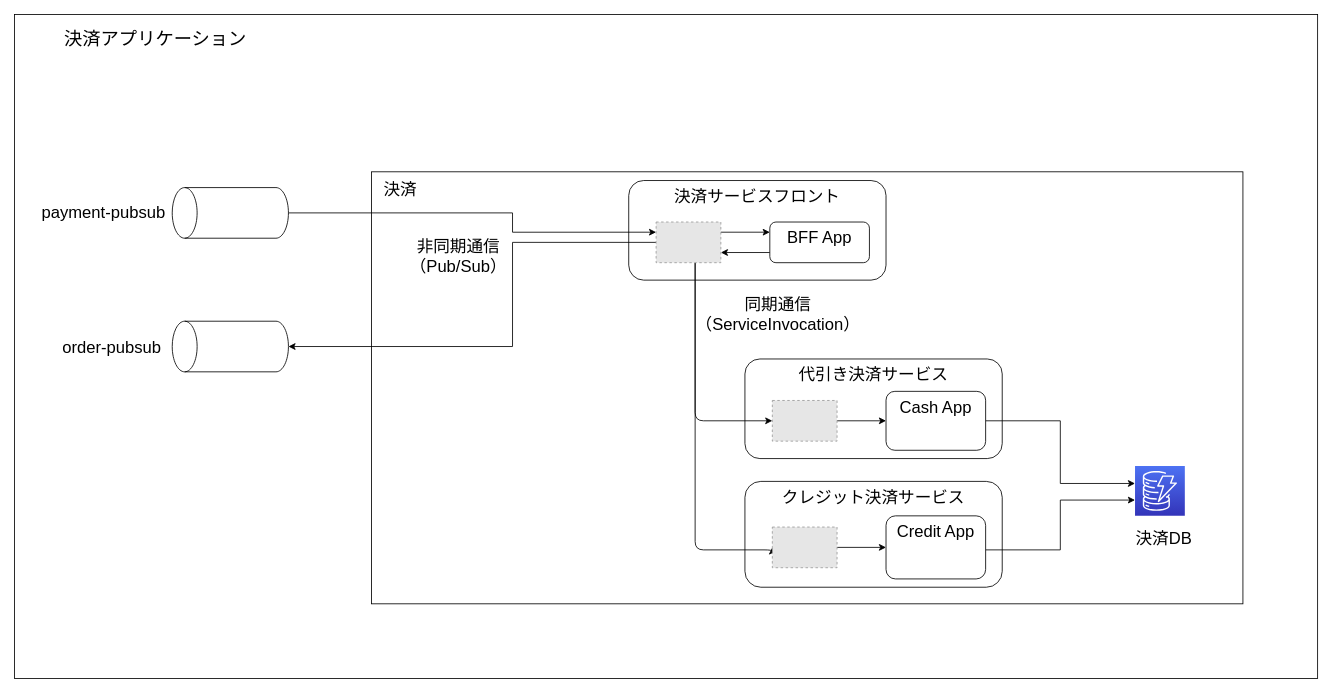
Before: assets/architecture.drawio in nautible/nautible-app-ms-payment, a draw.io diagram. Source tidied: cells renumbered, new cells numbered last; positions are measured from the earlier drawing's top-left corner, leaving out a move shared by most shapes. Both pictures are drawn from the tidied source at 83%, with x=0, y=0 at pixel (14, 14). Pictures stored in the file or linked from it are replaced by grey dashed boxes.
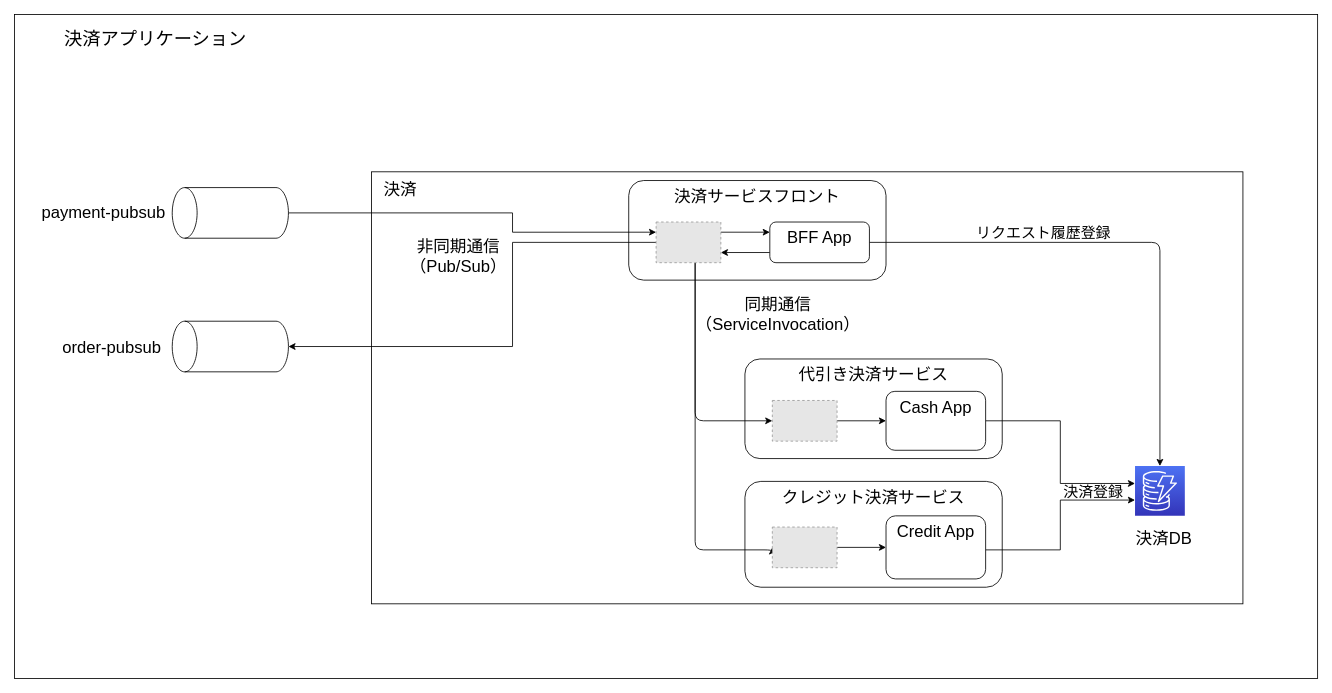
Above is the later version.

The change refers to these unchanged cells:
```xml
<mxCell id="24" style="outlineConnect=0;fontColor=#232F3E;gradientColor=#4D72F3;gradientDirection=north;fillColor=#3334B9;strokeColor=#ffffff;dashed=0;verticalLabelPosition=bottom;verticalAlign=top;align=center;html=1;fontSize=12;fontStyle=0;shape=mxgraph.aws4.resourceIcon;resIcon=mxgraph.aws4.dynamodb;" parent="1" vertex="1">
  <mxGeometry x="1350" y="544" width="60" height="60" as="geometry" />
</mxCell>
<mxCell id="32" value="&lt;span style=&quot;font-size: 20px&quot;&gt;BFF App&lt;br&gt;&lt;/span&gt;" style="rounded=1;whiteSpace=wrap;html=1;align=center;verticalAlign=top;" parent="1" vertex="1">
  <mxGeometry x="910" y="250" width="120" height="49" as="geometry" />
</mxCell>
```

Change to the diagram source:
```diff
@@
+    <mxCell id="33" style="edgeStyle=orthogonalEdgeStyle;html=1;" parent="1" edge="1" source="32" target="24">
+      <mxGeometry relative="1" as="geometry" />
+    </mxCell>
@@
+    <mxCell id="34" value="&lt;font style=&quot;font-size: 18px&quot;&gt;リクエスト履歴登録&lt;/font&gt;" style="text;html=1;strokeColor=none;fillColor=none;align=center;verticalAlign=middle;whiteSpace=wrap;rounded=0;dashed=1;" parent="1" vertex="1">
+      <mxGeometry x="1110" y="250" width="260" height="27.5" as="geometry" />
+    </mxCell>
+    <mxCell id="35" value="&lt;font style=&quot;font-size: 18px&quot;&gt;決済登録&lt;/font&gt;" style="text;html=1;strokeColor=none;fillColor=none;align=center;verticalAlign=middle;whiteSpace=wrap;rounded=0;dashed=1;" parent="1" vertex="1">
+      <mxGeometry x="1250" y="562.5" width="100" height="27.5" as="geometry" />
+    </mxCell>
```
